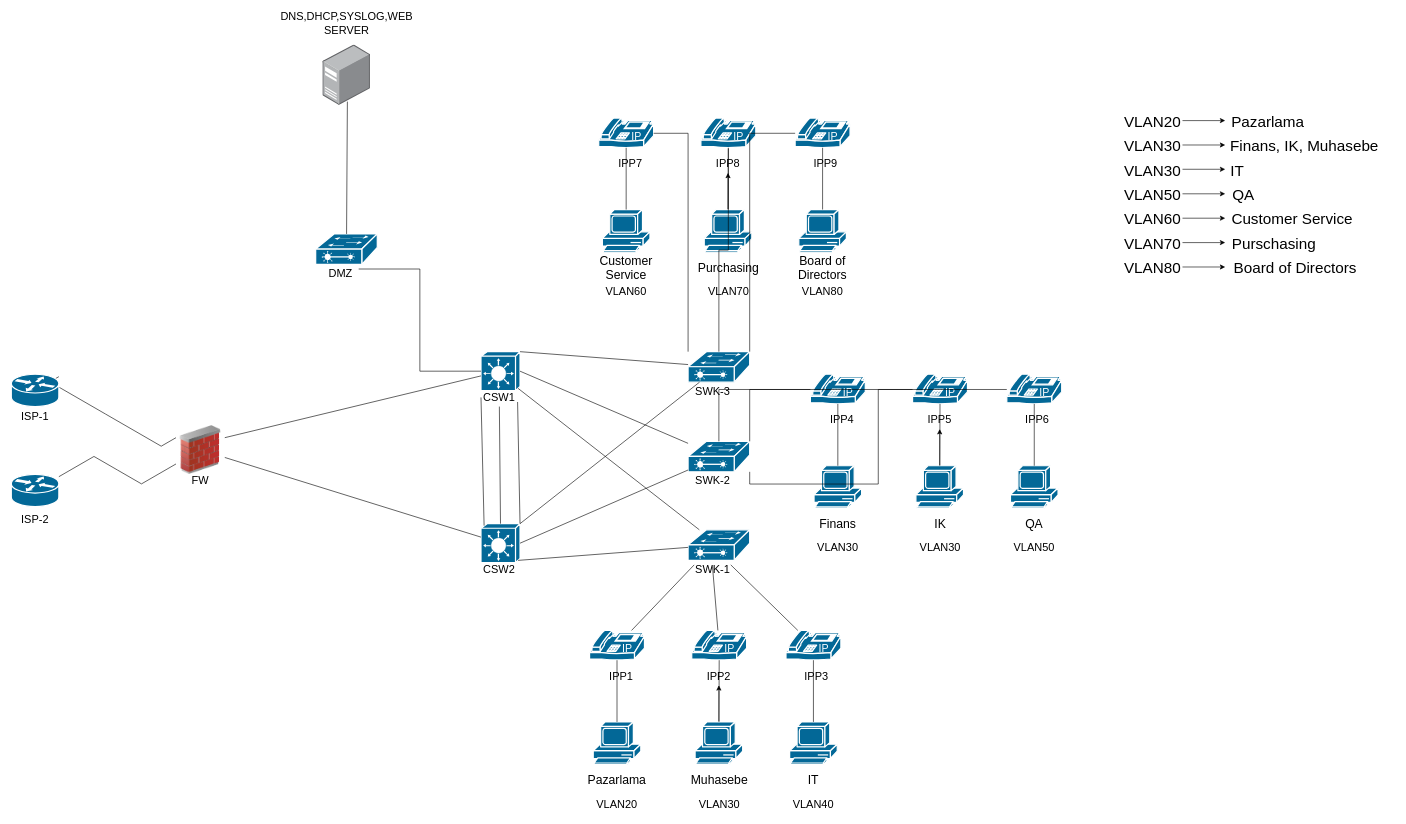
Earlier version of the draw.io diagram enterprise-network.drawio (sonerunal/Ag-tasarimlari). Source tidied: cells renumbered, new cells numbered last; positions are measured from the earlier drawing's top-left corner, leaving out a move shared by most shapes. Both pictures are drawn from the tidied source at 61%, with x=0, y=0 at pixel (11, 14).
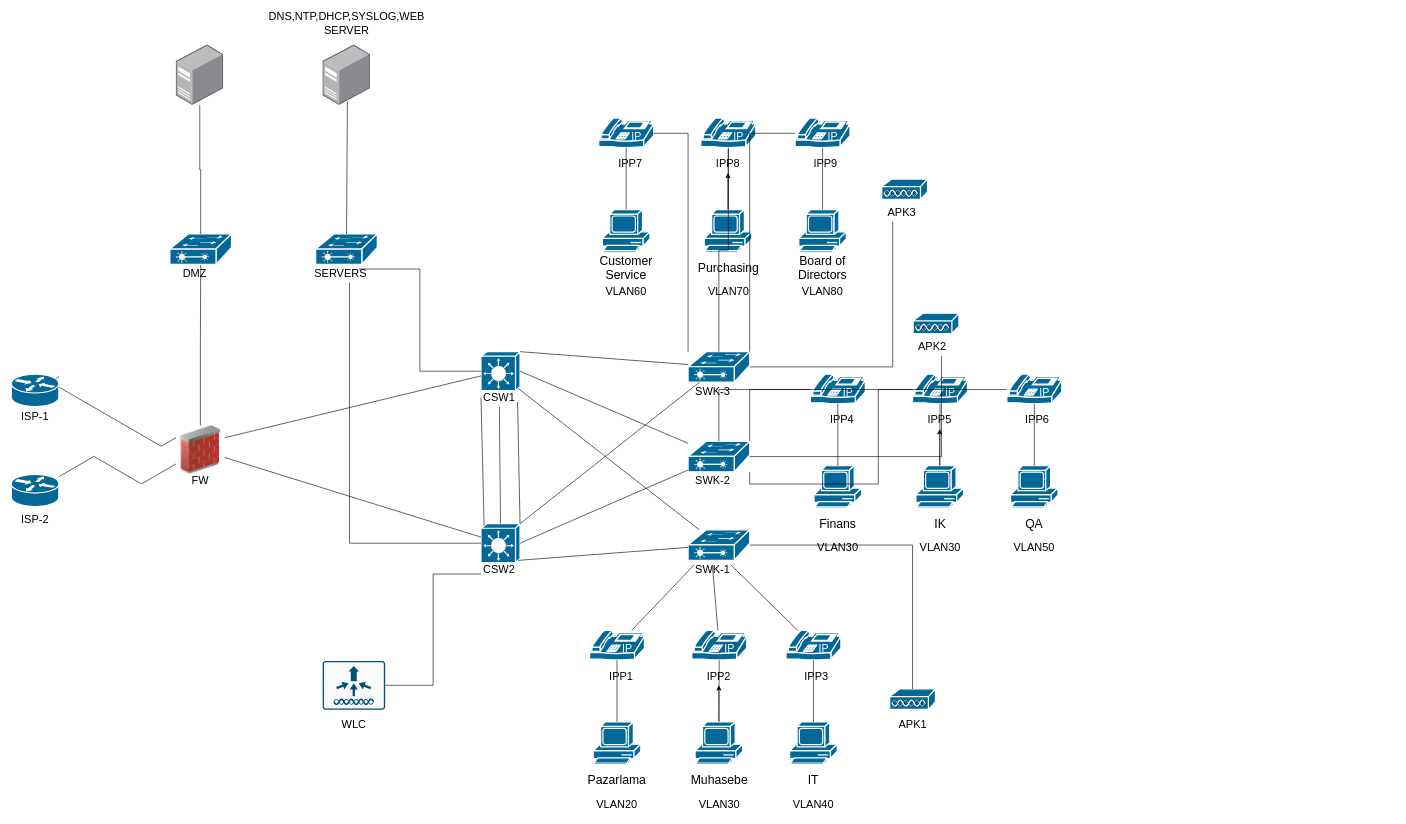
After the change.

The change refers to these unchanged cells:
```xml
<mxCell id="9" style="strokeColor=#ffffff;sketch=0;html=1;dashed=0;fillColor=#036897;strokeWidth=2;verticalLabelPosition=bottom;verticalAlign=top;align=center;outlineConnect=0;shape=mxgraph.cisco.switches.layer_3_switch;" parent="8" vertex="1">
  <mxGeometry width="64" height="64" as="geometry" />
</mxCell>
<mxCell id="10" value="&lt;font style=&quot;font-size: 18px;&quot;&gt;CSW2&lt;/font&gt;" style="text;html=1;whiteSpace=wrap;strokeColor=none;fillColor=none;align=center;verticalAlign=middle;rounded=0;" parent="8" vertex="1">
  <mxGeometry y="60" width="60" height="30" as="geometry" />
</mxCell>
<mxCell id="14" style="image;html=1;image=img/lib/clip_art/networking/Firewall_02_128x128.png;" parent="1" vertex="1">
  <mxGeometry x="270" y="674" width="80" height="80" as="geometry" />
</mxCell>
<mxCell id="19" style="strokeColor=#ffffff;sketch=0;html=1;dashed=0;fillColor=#036897;strokeWidth=2;verticalLabelPosition=bottom;verticalAlign=top;align=center;outlineConnect=0;shape=mxgraph.cisco.switches.layer_2_remote_switch;" parent="18" vertex="1">
  <mxGeometry width="101" height="50" as="geometry" />
</mxCell>
<mxCell id="22" style="strokeColor=#ffffff;sketch=0;html=1;dashed=0;fillColor=#036897;strokeWidth=2;verticalLabelPosition=bottom;verticalAlign=top;align=center;outlineConnect=0;shape=mxgraph.cisco.switches.layer_2_remote_switch;" parent="21" vertex="1">
  <mxGeometry width="101" height="50" as="geometry" />
</mxCell>
<mxCell id="25" style="strokeColor=#ffffff;sketch=0;html=1;dashed=0;fillColor=#036897;strokeWidth=2;verticalLabelPosition=bottom;verticalAlign=top;align=center;outlineConnect=0;shape=mxgraph.cisco.switches.layer_2_remote_switch;" parent="24" vertex="1">
  <mxGeometry width="101" height="50" as="geometry" />
</mxCell>
<mxCell id="125" style="group;" parent="1" vertex="1">
  <mxGeometry x="499" y="360" width="101" height="80" as="geometry" />
</mxCell>
```

Diff of the diagram source:
```diff
@@
+    <mxCell id="132" style="edgeStyle=orthogonalEdgeStyle;rounded=0;jettySize=auto;html=1;endArrow=none;endFill=0;" parent="1" edge="1" source="14" target="146">
+      <mxGeometry relative="1" as="geometry" />
+    </mxCell>
@@
-    <mxCell id="101" value="&lt;font style=&quot;font-size: 25px;&quot;&gt;VLAN20&lt;/font&gt;" style="text;html=1;whiteSpace=wrap;strokeColor=none;fillColor=none;align=center;verticalAlign=middle;rounded=0;" parent="1" vertex="1">
-      <mxGeometry x="1841" y="160" width="60" height="30" as="geometry" />
-    </mxCell>
-    <mxCell id="102" value="&lt;font style=&quot;font-size: 25px;&quot;&gt;Pazarlama&lt;/font&gt;" style="text;html=1;whiteSpace=wrap;strokeColor=none;fillColor=none;align=center;verticalAlign=middle;rounded=0;" parent="1" vertex="1">
-      <mxGeometry x="2030" y="160" width="60" height="30" as="geometry" />
-    </mxCell>
-    <mxCell id="103" value="&lt;font style=&quot;font-size: 25px;&quot;&gt;VLAN30&lt;/font&gt;" style="text;html=1;whiteSpace=wrap;strokeColor=none;fillColor=none;align=center;verticalAlign=middle;rounded=0;" parent="1" vertex="1">
-      <mxGeometry x="1841" y="200" width="60" height="30" as="geometry" />
-    </mxCell>
-    <mxCell id="104" value="&lt;font style=&quot;font-size: 25px;&quot;&gt;Finans, IK, Muhasebe&lt;/font&gt;" style="text;html=1;whiteSpace=wrap;strokeColor=none;fillColor=none;align=center;verticalAlign=middle;rounded=0;" parent="1" vertex="1">
-      <mxGeometry x="1970" y="200" width="300" height="30" as="geometry" />
-    </mxCell>
-    <mxCell id="105" style="edgeStyle=orthogonalEdgeStyle;rounded=0;orthogonalLoop=1;jettySize=auto;html=1;" parent="1" edge="1">
-      <mxGeometry relative="1" as="geometry">
-        <mxPoint x="1920" y="414.2" as="sourcePoint" />
-        <mxPoint x="1990" y="414.2" as="targetPoint" />
-      </mxGeometry>
-    </mxCell>
-    <mxCell id="106" value="&lt;font style=&quot;font-size: 25px;&quot;&gt;VLAN30&lt;/font&gt;" style="text;html=1;whiteSpace=wrap;strokeColor=none;fillColor=none;align=center;verticalAlign=middle;rounded=0;" parent="1" vertex="1">
-      <mxGeometry x="1841" y="240" width="60" height="30" as="geometry" />
-    </mxCell>
-    <mxCell id="107" value="&lt;font style=&quot;font-size: 25px;&quot;&gt;IT&lt;/font&gt;" style="text;html=1;whiteSpace=wrap;strokeColor=none;fillColor=none;align=center;verticalAlign=middle;rounded=0;" parent="1" vertex="1">
-      <mxGeometry x="1980" y="240" width="60" height="30" as="geometry" />
-    </mxCell>
-    <mxCell id="108" style="edgeStyle=orthogonalEdgeStyle;rounded=0;orthogonalLoop=1;jettySize=auto;html=1;" parent="1" edge="1">
-      <mxGeometry relative="1" as="geometry">
-        <mxPoint x="1920" y="374.2" as="sourcePoint" />
-        <mxPoint x="1990" y="374.2" as="targetPoint" />
-      </mxGeometry>
-    </mxCell>
-    <mxCell id="109" value="&lt;font style=&quot;font-size: 25px;&quot;&gt;VLAN50&lt;/font&gt;" style="text;html=1;whiteSpace=wrap;strokeColor=none;fillColor=none;align=center;verticalAlign=middle;rounded=0;" parent="1" vertex="1">
-      <mxGeometry x="1841" y="280" width="60" height="30" as="geometry" />
-    </mxCell>
-    <mxCell id="110" value="&lt;font style=&quot;font-size: 25px;&quot;&gt;QA&lt;/font&gt;" style="text;html=1;whiteSpace=wrap;strokeColor=none;fillColor=none;align=center;verticalAlign=middle;rounded=0;" parent="1" vertex="1">
-      <mxGeometry x="1990" y="280" width="60" height="30" as="geometry" />
-    </mxCell>
-    <mxCell id="111" style="edgeStyle=orthogonalEdgeStyle;rounded=0;orthogonalLoop=1;jettySize=auto;html=1;" parent="1" edge="1">
-      <mxGeometry relative="1" as="geometry">
-        <mxPoint x="1920" y="334.2" as="sourcePoint" />
-        <mxPoint x="1990" y="334.2" as="targetPoint" />
-      </mxGeometry>
-    </mxCell>
-    <mxCell id="112" value="&lt;font style=&quot;font-size: 25px;&quot;&gt;VLAN60&lt;/font&gt;" style="text;html=1;whiteSpace=wrap;strokeColor=none;fillColor=none;align=center;verticalAlign=middle;rounded=0;" parent="1" vertex="1">
-      <mxGeometry x="1841" y="320" width="60" height="30" as="geometry" />
-    </mxCell>
-    <mxCell id="113" value="&lt;font style=&quot;font-size: 25px;&quot;&gt;Customer Service&lt;/font&gt;" style="text;html=1;whiteSpace=wrap;strokeColor=none;fillColor=none;align=center;verticalAlign=middle;rounded=0;" parent="1" vertex="1">
-      <mxGeometry x="1990" y="320" width="220" height="30" as="geometry" />
-    </mxCell>
-    <mxCell id="114" style="edgeStyle=orthogonalEdgeStyle;rounded=0;orthogonalLoop=1;jettySize=auto;html=1;" parent="1" edge="1">
-      <mxGeometry relative="1" as="geometry">
-        <mxPoint x="1920" y="294.2" as="sourcePoint" />
-        <mxPoint x="1990" y="294.2" as="targetPoint" />
-      </mxGeometry>
-    </mxCell>
-    <mxCell id="115" value="&lt;font style=&quot;font-size: 25px;&quot;&gt;Purschasing&lt;/font&gt;" style="text;html=1;whiteSpace=wrap;strokeColor=none;fillColor=none;align=center;verticalAlign=middle;rounded=0;" parent="1" vertex="1">
-      <mxGeometry x="2040" y="360" width="60" height="30" as="geometry" />
-    </mxCell>
-    <mxCell id="116" value="&lt;font style=&quot;font-size: 25px;&quot;&gt;VLAN70&lt;/font&gt;" style="text;html=1;whiteSpace=wrap;strokeColor=none;fillColor=none;align=center;verticalAlign=middle;rounded=0;" parent="1" vertex="1">
-      <mxGeometry x="1841" y="360" width="60" height="30" as="geometry" />
-    </mxCell>
-    <mxCell id="117" style="edgeStyle=orthogonalEdgeStyle;rounded=0;orthogonalLoop=1;jettySize=auto;html=1;" parent="1" edge="1">
-      <mxGeometry relative="1" as="geometry">
-        <mxPoint x="1920" y="254" as="sourcePoint" />
-        <mxPoint x="1990" y="254" as="targetPoint" />
-      </mxGeometry>
-    </mxCell>
-    <mxCell id="118" value="&lt;font style=&quot;font-size: 25px;&quot;&gt;VLAN80&lt;/font&gt;" style="text;html=1;whiteSpace=wrap;strokeColor=none;fillColor=none;align=center;verticalAlign=middle;rounded=0;" parent="1" vertex="1">
-      <mxGeometry x="1841" y="400" width="60" height="30" as="geometry" />
-    </mxCell>
-    <mxCell id="119" value="&lt;font style=&quot;font-size: 25px;&quot;&gt;Board of Directors&lt;/font&gt;" style="text;html=1;whiteSpace=wrap;strokeColor=none;fillColor=none;align=center;verticalAlign=middle;rounded=0;" parent="1" vertex="1">
-      <mxGeometry x="1990" y="400" width="230" height="30" as="geometry" />
-    </mxCell>
-    <mxCell id="120" style="edgeStyle=orthogonalEdgeStyle;rounded=0;orthogonalLoop=1;jettySize=auto;html=1;" parent="1" edge="1">
-      <mxGeometry relative="1" as="geometry">
-        <mxPoint x="1920" y="174.2" as="sourcePoint" />
-        <mxPoint x="1990" y="174.2" as="targetPoint" />
-      </mxGeometry>
-    </mxCell>
-    <mxCell id="121" style="edgeStyle=orthogonalEdgeStyle;rounded=0;orthogonalLoop=1;jettySize=auto;html=1;" parent="1" edge="1">
-      <mxGeometry relative="1" as="geometry">
-        <mxPoint x="1920" y="214.2" as="sourcePoint" />
-        <mxPoint x="1990" y="214.2" as="targetPoint" />
-      </mxGeometry>
-    </mxCell>
@@
-    <mxCell id="127" value="&lt;font style=&quot;font-size: 18px;&quot;&gt;DMZ&lt;/font&gt;" style="text;html=1;whiteSpace=wrap;strokeColor=none;fillColor=none;align=center;verticalAlign=middle;rounded=0;" parent="125" vertex="1">
+    <mxCell id="127" value="&lt;font style=&quot;font-size: 18px;&quot;&gt;SERVERS&lt;/font&gt;" style="text;html=1;whiteSpace=wrap;strokeColor=none;fillColor=none;align=center;verticalAlign=middle;rounded=0;" parent="125" vertex="1">
       <mxGeometry x="10.5" y="50" width="60" height="30" as="geometry" />
     </mxCell>
@@
-    <mxCell id="131" value="&lt;font style=&quot;font-size: 18px;&quot;&gt;DNS,DHCP,SYSLOG,WEB SERVER&lt;/font&gt;" style="text;html=1;whiteSpace=wrap;strokeColor=none;fillColor=none;align=center;verticalAlign=middle;rounded=0;" parent="1" vertex="1">
+    <mxCell id="131" value="&lt;font style=&quot;font-size: 18px;&quot;&gt;DNS,NTP,DHCP,SYSLOG,WEB SERVER&lt;/font&gt;" style="text;html=1;whiteSpace=wrap;strokeColor=none;fillColor=none;align=center;verticalAlign=middle;rounded=0;" parent="1" vertex="1">
       <mxGeometry x="519.5" width="60" height="30" as="geometry" />
     </mxCell>
+    <mxCell id="133" style="edgeStyle=orthogonalEdgeStyle;rounded=0;jettySize=auto;html=1;entryX=0;entryY=0.75;entryDx=0;entryDy=0;endArrow=none;endFill=0;" parent="1" edge="1" source="134" target="10">
+      <mxGeometry relative="1" as="geometry" />
+    </mxCell>
+    <mxCell id="134" style="sketch=0;points=[[0.015,0.015,0],[0.985,0.015,0],[0.985,0.985,0],[0.015,0.985,0],[0.25,0,0],[0.5,0,0],[0.75,0,0],[1,0.25,0],[1,0.5,0],[1,0.75,0],[0.75,1,0],[0.5,1,0],[0.25,1,0],[0,0.75,0],[0,0.5,0],[0,0.25,0]];verticalLabelPosition=bottom;html=1;verticalAlign=top;align=center;shape=mxgraph.cisco19.rect;prIcon=wireless_lan_controller;fillColor=#FAFAFA;strokeColor=#005073;" parent="1" vertex="1">
+      <mxGeometry x="510.5" y="1060" width="102.4" height="80" as="geometry" />
+    </mxCell>
+    <mxCell id="135" style="sketch=0;html=1;dashed=0;fillColor=#036897;strokeColor=#ffffff;strokeWidth=2;verticalLabelPosition=bottom;verticalAlign=top;align=center;outlineConnect=0;shape=mxgraph.cisco.misc.access_point;" parent="1" vertex="1">
+      <mxGeometry x="1440" y="1106" width="75" height="34" as="geometry" />
+    </mxCell>
+    <mxCell id="136" style="sketch=0;html=1;dashed=0;fillColor=#036897;strokeColor=#ffffff;strokeWidth=2;verticalLabelPosition=bottom;verticalAlign=top;align=center;shape=mxgraph.cisco.misc.access_point;" parent="1" vertex="1">
+      <mxGeometry x="1478.5" y="490" width="75" height="34" as="geometry" />
+    </mxCell>
+    <mxCell id="137" style="sketch=0;html=1;dashed=0;fillColor=#036897;strokeColor=#ffffff;strokeWidth=2;verticalLabelPosition=bottom;verticalAlign=top;align=center;shape=mxgraph.cisco.misc.access_point;" parent="1" vertex="1">
+      <mxGeometry x="1427" y="270" width="75" height="34" as="geometry" />
+    </mxCell>
+    <mxCell id="138" value="&lt;font style=&quot;font-size: 18px;&quot;&gt;APK1&lt;/font&gt;" style="text;html=1;whiteSpace=wrap;strokeColor=none;fillColor=none;align=center;verticalAlign=middle;rounded=0;" parent="1" vertex="1">
+      <mxGeometry x="1447.5" y="1150" width="60" height="30" as="geometry" />
+    </mxCell>
+    <mxCell id="139" value="&lt;font style=&quot;font-size: 18px;&quot;&gt;APK2&lt;/font&gt;" style="text;html=1;whiteSpace=wrap;strokeColor=none;fillColor=none;align=center;verticalAlign=middle;rounded=0;" parent="1" vertex="1">
+      <mxGeometry x="1480" y="530" width="60" height="30" as="geometry" />
+    </mxCell>
+    <mxCell id="140" value="&lt;font style=&quot;font-size: 18px;&quot;&gt;APK3&lt;/font&gt;" style="text;html=1;whiteSpace=wrap;strokeColor=none;fillColor=none;align=center;verticalAlign=middle;rounded=0;" parent="1" vertex="1">
+      <mxGeometry x="1430" y="310" width="60" height="30" as="geometry" />
+    </mxCell>
+    <mxCell id="141" style="edgeStyle=orthogonalEdgeStyle;rounded=0;jettySize=auto;html=1;entryX=0.25;entryY=1;entryDx=0;entryDy=0;endArrow=none;endFill=0;" parent="1" edge="1" source="25" target="140">
+      <mxGeometry relative="1" as="geometry" />
+    </mxCell>
+    <mxCell id="142" style="edgeStyle=orthogonalEdgeStyle;rounded=0;jettySize=auto;html=1;entryX=0.75;entryY=1;entryDx=0;entryDy=0;endArrow=none;endFill=0;" parent="1" edge="1" source="22" target="139">
+      <mxGeometry relative="1" as="geometry" />
+    </mxCell>
+    <mxCell id="143" style="edgeStyle=orthogonalEdgeStyle;rounded=0;jettySize=auto;html=1;endArrow=none;endFill=0;" parent="1" edge="1" source="19" target="135">
+      <mxGeometry relative="1" as="geometry" />
+    </mxCell>
+    <mxCell id="144" style="edgeStyle=orthogonalEdgeStyle;rounded=0;jettySize=auto;html=1;entryX=0.75;entryY=1;entryDx=0;entryDy=0;endArrow=none;endFill=0;" parent="1" edge="1" source="9" target="127">
+      <mxGeometry relative="1" as="geometry" />
+    </mxCell>
+    <mxCell id="145" style="group;" parent="1" vertex="1">
+      <mxGeometry x="260" y="360" width="101" height="80" as="geometry" />
+    </mxCell>
+    <mxCell id="146" style="strokeColor=#ffffff;sketch=0;html=1;dashed=0;fillColor=#036897;strokeWidth=2;verticalLabelPosition=bottom;verticalAlign=top;align=center;outlineConnect=0;shape=mxgraph.cisco.switches.layer_2_remote_switch;" parent="145" vertex="1">
+      <mxGeometry width="101" height="50" as="geometry" />
+    </mxCell>
+    <mxCell id="147" value="&lt;font style=&quot;font-size: 18px;&quot;&gt;DMZ&lt;/font&gt;" style="text;html=1;whiteSpace=wrap;strokeColor=none;fillColor=none;align=center;verticalAlign=middle;rounded=0;" parent="145" vertex="1">
+      <mxGeometry x="10.5" y="50" width="60" height="30" as="geometry" />
+    </mxCell>
+    <mxCell id="148" style="image;points=[];html=1;align=center;shadow=0;dashed=0;image=img/lib/allied_telesis/computer_and_terminals/Server_Desktop.svg;" parent="1" vertex="1">
+      <mxGeometry x="270" y="50" width="78" height="98.9" as="geometry" />
+    </mxCell>
+    <mxCell id="149" style="edgeStyle=orthogonalEdgeStyle;rounded=0;jettySize=auto;html=1;endArrow=none;endFill=0;" parent="1" edge="1" source="146" target="148">
+      <mxGeometry relative="1" as="geometry" />
+    </mxCell>
+    <mxCell id="150" value="&lt;font style=&quot;font-size: 18px;&quot;&gt;WLC&lt;/font&gt;" style="text;html=1;whiteSpace=wrap;strokeColor=none;fillColor=none;align=center;verticalAlign=middle;rounded=0;" parent="1" vertex="1">
+      <mxGeometry x="531.7" y="1150" width="60" height="30" as="geometry" />
+    </mxCell>
```
